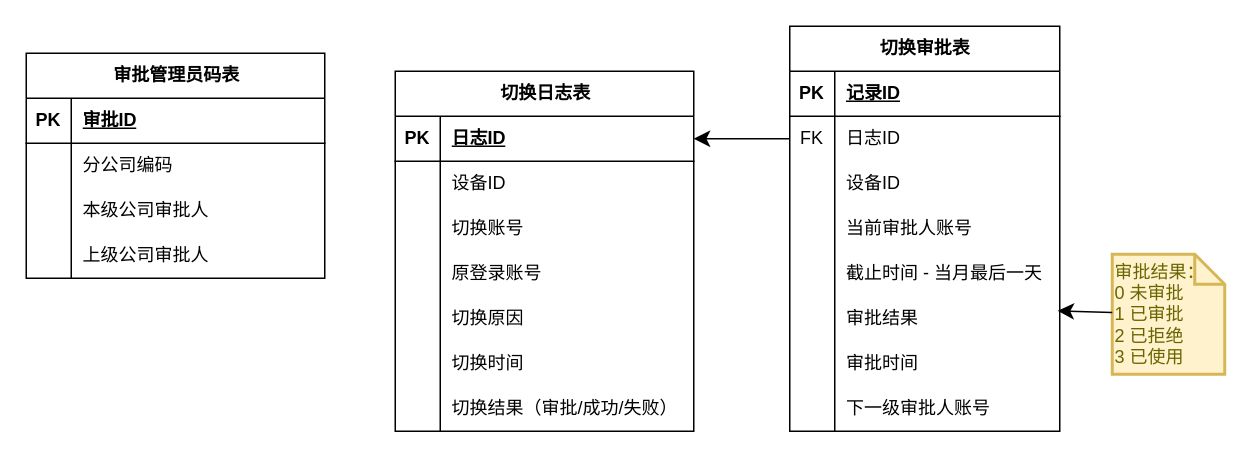
Before: page "切换审批数据模型" (18 of 18) of 系统功能流程图/铁塔4A2024.drawio in 158698706/tt4a, a draw.io diagram. Source tidied: cells renumbered, new cells numbered last; positions are measured from the earlier drawing's top-left corner, leaving out a move shared by most shapes. Both pictures are drawn from the tidied source at 150%, with x=0, y=0 at pixel (26, 26).
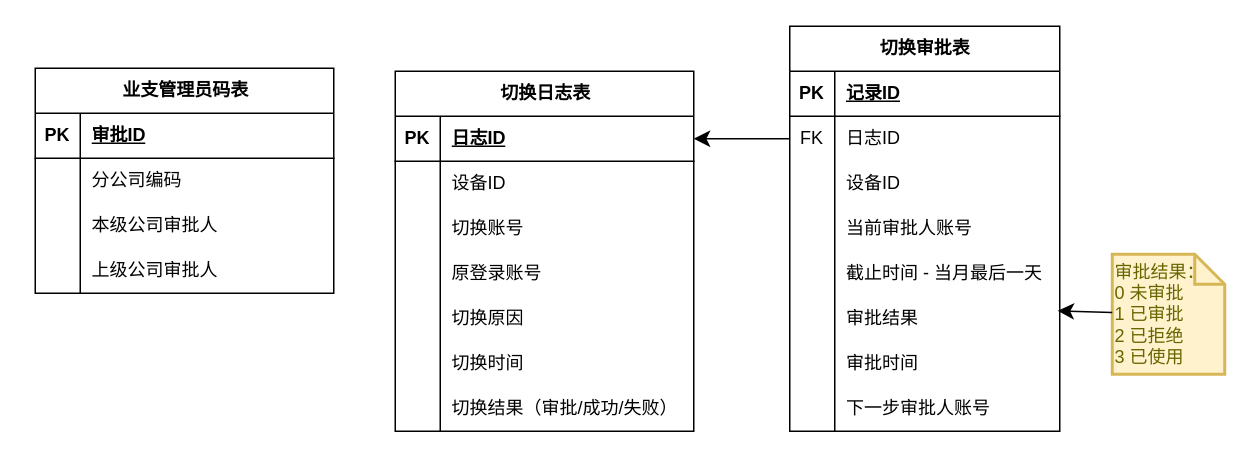
The same diagram, later.

Unchanged cells that the change refers to:
```xml
<mxCell id="46" style="shape=tableRow;horizontal=0;startSize=0;swimlaneHead=0;swimlaneBody=0;fillColor=none;top=0;left=0;right=0;bottom=0;" parent="24" vertex="1">
  <mxGeometry y="240" width="180" height="30" as="geometry" />
</mxCell>
```

Change to the diagram source:
```diff
@@
-    <mxCell id="48" value="下一级审批人账号" style="shape=partialRectangle;fillColor=none;top=0;left=0;bottom=0;right=0;align=left;spacingLeft=6;overflow=hidden;whiteSpace=wrap;html=1;" parent="46" vertex="1">
+    <mxCell id="48" value="下一步审批人账号" style="shape=partialRectangle;fillColor=none;top=0;left=0;bottom=0;right=0;align=left;spacingLeft=6;overflow=hidden;whiteSpace=wrap;html=1;" parent="46" vertex="1">
       <mxGeometry x="30" width="150" height="30" as="geometry" />
     </mxCell>
@@
-    <mxCell id="52" value="审批管理员码表" style="shape=table;startSize=30;childLayout=tableLayout;rowLines=0;fontStyle=1;align=center;html=1;" parent="1" vertex="1">
-      <mxGeometry y="18" width="199" height="150" as="geometry" />
+    <mxCell id="52" value="业支管理员码表" style="shape=table;startSize=30;childLayout=tableLayout;rowLines=0;fontStyle=1;align=center;html=1;" parent="1" vertex="1">
+      <mxGeometry x="6" y="28" width="199" height="150" as="geometry" />
     </mxCell>
```
